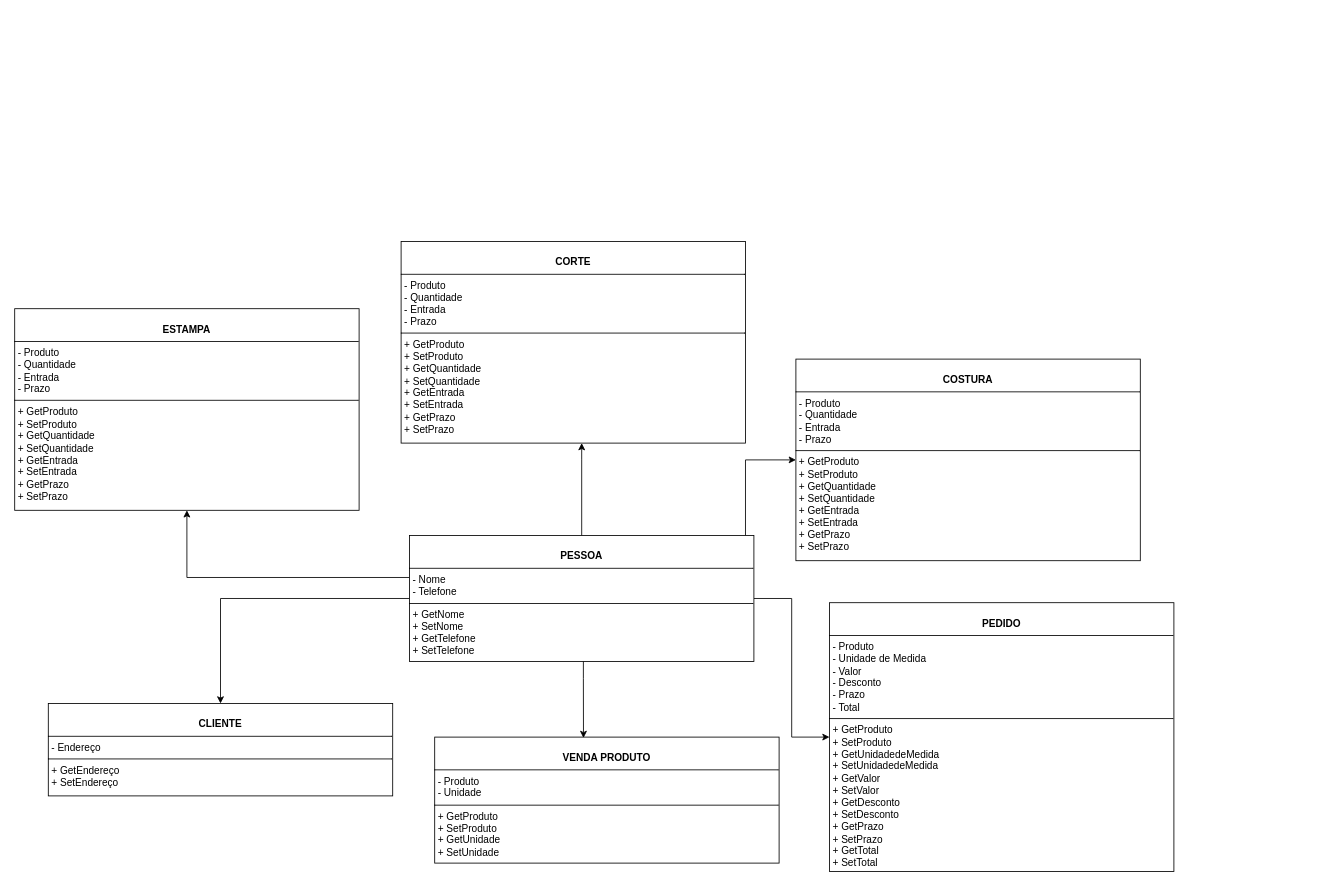
This is page "Página-1" (1 of 3) of DOC/classes.drawio from juliareis14/avatar.app, a draw.io file, before an edit. Source tidied: cells renumbered, new cells numbered last; positions are measured from the earlier drawing's top-left corner, leaving out a move shared by most shapes. Both pictures are drawn from the tidied source at 84%, with x=0, y=0 at pixel (14, 241).
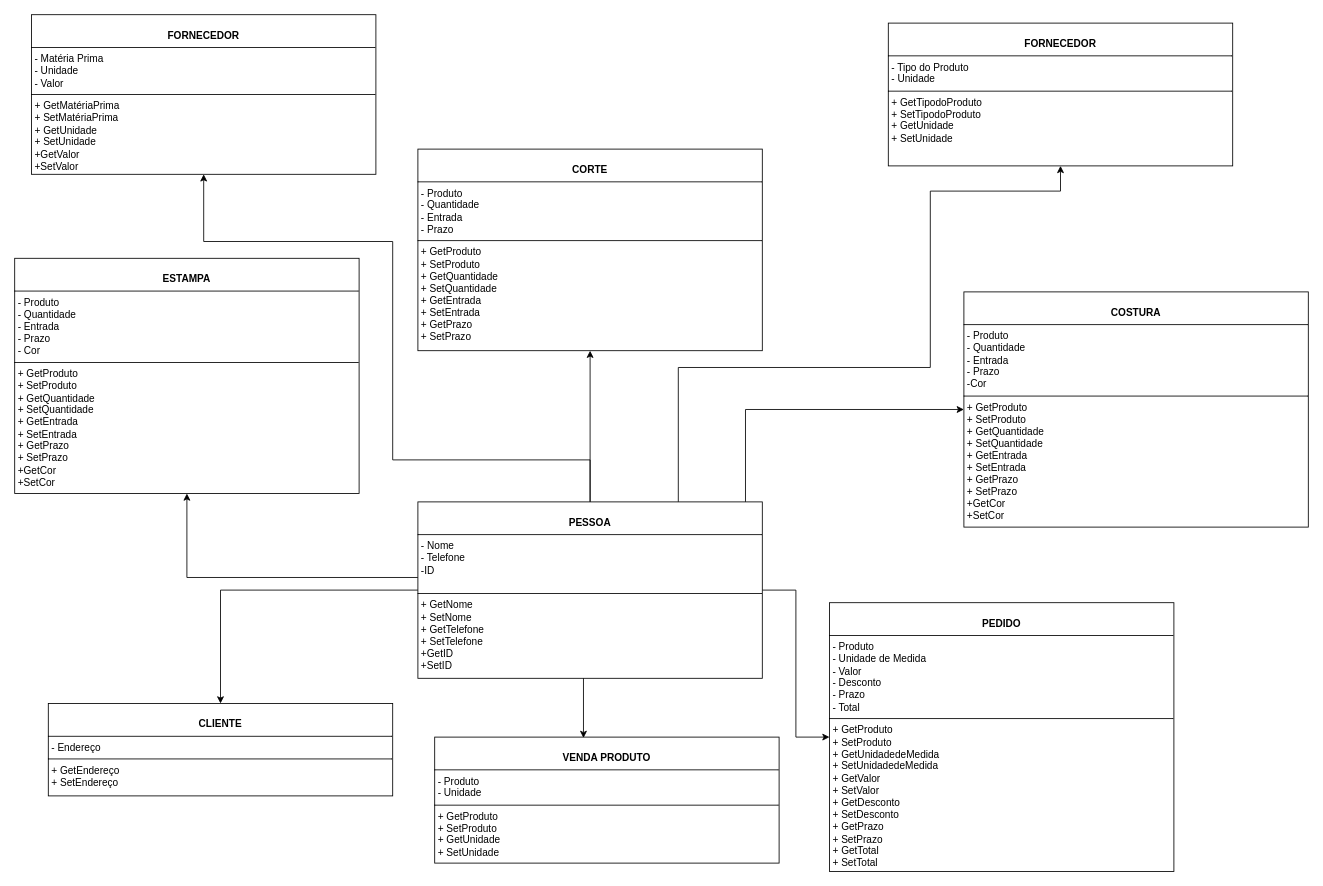
After the change.

Diff of the diagram source:
```diff
@@
     <mxCell id="5" style="edgeStyle=orthogonalEdgeStyle;rounded=0;jettySize=auto;html=1;entryX=0;entryY=0.5;entryDx=0;entryDy=0;" parent="1" edge="1" source="8" target="11">
       <mxGeometry relative="1" as="geometry">
         <Array as="points">
-          <mxPoint x="870" y="260" />
+          <mxPoint x="870" y="200" />
+          <mxPoint x="1130" y="200" />
         </Array>
       </mxGeometry>
     </mxCell>
     <mxCell id="6" style="edgeStyle=orthogonalEdgeStyle;rounded=0;jettySize=auto;html=1;" parent="1" edge="1" source="8" target="12">
       <mxGeometry relative="1" as="geometry">
         <Array as="points">
-          <mxPoint x="675" y="260" />
-          <mxPoint x="675" y="260" />
+          <mxPoint x="685" y="60" />
         </Array>
       </mxGeometry>
     </mxCell>
@@
+    <mxCell id="15" style="edgeStyle=orthogonalEdgeStyle;rounded=0;jettySize=auto;html=1;entryX=0.5;entryY=1;entryDx=0;entryDy=0;" parent="1" edge="1" source="8" target="17">
+      <mxGeometry relative="1" as="geometry">
+        <Array as="points">
+          <mxPoint x="790" y="150" />
+          <mxPoint x="1090" y="150" />
+          <mxPoint x="1090" y="-60" />
+        </Array>
+      </mxGeometry>
+    </mxCell>
+    <mxCell id="16" style="edgeStyle=orthogonalEdgeStyle;rounded=0;jettySize=auto;html=1;entryX=0.5;entryY=1;entryDx=0;entryDy=0;" parent="1" edge="1" source="8" target="18">
+      <mxGeometry relative="1" as="geometry">
+        <Array as="points">
+          <mxPoint x="685" y="260" />
+          <mxPoint x="450" y="260" />
+          <mxPoint x="450" />
+          <mxPoint x="225" />
+        </Array>
+      </mxGeometry>
+    </mxCell>
-    <mxCell id="8" value="&lt;p style=&quot;margin:0px;margin-top:4px;text-align:center;&quot;&gt;&lt;br&gt;&lt;b&gt;PESSOA&lt;/b&gt;&lt;/p&gt;&lt;hr size=&quot;1&quot; style=&quot;border-style:solid;&quot;&gt;&lt;p style=&quot;margin:0px;margin-left:4px;&quot;&gt;- Nome&lt;br&gt;- Telefone&lt;/p&gt;&lt;hr size=&quot;1&quot; style=&quot;border-style:solid;&quot;&gt;&lt;p style=&quot;margin:0px;margin-left:4px;&quot;&gt;+ GetNome&lt;br&gt;+ SetNome&lt;/p&gt;&lt;p style=&quot;margin:0px;margin-left:4px;&quot;&gt;+ GetTelefone&lt;/p&gt;&lt;p style=&quot;margin:0px;margin-left:4px;&quot;&gt;+ SetTelefone&lt;/p&gt;&lt;p style=&quot;margin:0px;margin-left:4px;&quot;&gt;&lt;br&gt;&lt;/p&gt;&lt;p style=&quot;margin:0px;margin-left:4px;&quot;&gt;&lt;br&gt;&lt;/p&gt;" style="verticalAlign=top;align=left;overflow=fill;html=1;whiteSpace=wrap;" parent="1" vertex="1">
-      <mxGeometry x="470" y="350" width="410" height="150" as="geometry" />
+    <mxCell id="8" value="&lt;p style=&quot;margin:0px;margin-top:4px;text-align:center;&quot;&gt;&lt;br&gt;&lt;b&gt;PESSOA&lt;/b&gt;&lt;/p&gt;&lt;hr size=&quot;1&quot; style=&quot;border-style:solid;&quot;&gt;&lt;p style=&quot;margin:0px;margin-left:4px;&quot;&gt;- Nome&lt;br&gt;- Telefone&lt;/p&gt;&lt;p style=&quot;margin:0px;margin-left:4px;&quot;&gt;-ID&lt;br&gt;&lt;/p&gt;&lt;div&gt;&lt;br&gt;&lt;/div&gt;&lt;hr size=&quot;1&quot; style=&quot;border-style:solid;&quot;&gt;&lt;p style=&quot;margin:0px;margin-left:4px;&quot;&gt;+ GetNome&lt;br&gt;+ SetNome&lt;/p&gt;&lt;p style=&quot;margin:0px;margin-left:4px;&quot;&gt;+ GetTelefone&lt;/p&gt;&lt;p style=&quot;margin:0px;margin-left:4px;&quot;&gt;+ SetTelefone&lt;/p&gt;&lt;p style=&quot;margin: 0px 0px 0px 4px;&quot;&gt;+GetID&lt;/p&gt;&lt;p style=&quot;margin: 0px 0px 0px 4px;&quot;&gt;+SetID&lt;/p&gt;&lt;p style=&quot;margin:0px;margin-left:4px;&quot;&gt;&lt;br&gt;&lt;/p&gt;" style="verticalAlign=top;align=left;overflow=fill;html=1;whiteSpace=wrap;" parent="1" vertex="1">
+      <mxGeometry x="480" y="310" width="410" height="210" as="geometry" />
     </mxCell>
@@
-    <mxCell id="11" value="&lt;p style=&quot;margin:0px;margin-top:4px;text-align:center;&quot;&gt;&lt;br&gt;&lt;b&gt;COSTURA&lt;/b&gt;&lt;/p&gt;&lt;hr size=&quot;1&quot; style=&quot;border-style:solid;&quot;&gt;&lt;p style=&quot;margin:0px;margin-left:4px;&quot;&gt;- Produto&lt;/p&gt;&lt;p style=&quot;margin:0px;margin-left:4px;&quot;&gt;- Quantidade&lt;/p&gt;&lt;p style=&quot;margin:0px;margin-left:4px;&quot;&gt;- Entrada&lt;/p&gt;&lt;p style=&quot;margin:0px;margin-left:4px;&quot;&gt;- Prazo&lt;/p&gt;&lt;hr size=&quot;1&quot; style=&quot;border-style:solid;&quot;&gt;&lt;p style=&quot;margin:0px;margin-left:4px;&quot;&gt;&lt;span style=&quot;background-color: initial;&quot;&gt;+ GetProduto&lt;/span&gt;&lt;br&gt;&lt;/p&gt;&lt;p style=&quot;margin:0px;margin-left:4px;&quot;&gt;+ SetProduto&lt;/p&gt;&lt;p style=&quot;margin:0px;margin-left:4px;&quot;&gt;+ Get&lt;span style=&quot;background-color: initial;&quot;&gt;Quantidade&lt;/span&gt;&lt;/p&gt;&lt;p style=&quot;margin:0px;margin-left:4px;&quot;&gt;+ Set&lt;span style=&quot;background-color: initial;&quot;&gt;Quantidade&lt;/span&gt;&lt;/p&gt;&lt;p style=&quot;margin:0px;margin-left:4px;&quot;&gt;&lt;span style=&quot;background-color: initial;&quot;&gt;+ Get&lt;/span&gt;&lt;span style=&quot;background-color: initial;&quot;&gt;Entrada&lt;/span&gt;&lt;/p&gt;&lt;p style=&quot;margin:0px;margin-left:4px;&quot;&gt;&lt;span style=&quot;background-color: initial;&quot;&gt;+ Set&lt;/span&gt;&lt;span style=&quot;background-color: initial;&quot;&gt;Entrada&lt;/span&gt;&lt;/p&gt;&lt;p style=&quot;margin:0px;margin-left:4px;&quot;&gt;&lt;span style=&quot;background-color: initial;&quot;&gt;+ Get&lt;/span&gt;&lt;span style=&quot;background-color: initial;&quot;&gt;Prazo&lt;/span&gt;&lt;/p&gt;&lt;p style=&quot;margin:0px;margin-left:4px;&quot;&gt;&lt;span style=&quot;background-color: initial;&quot;&gt;+ Set&lt;/span&gt;&lt;span style=&quot;background-color: initial;&quot;&gt;Prazo&lt;/span&gt;&lt;/p&gt;" style="verticalAlign=top;align=left;overflow=fill;html=1;whiteSpace=wrap;" parent="1" vertex="1">
-      <mxGeometry x="930" y="140" width="410" height="240" as="geometry" />
+    <mxCell id="11" value="&lt;p style=&quot;margin:0px;margin-top:4px;text-align:center;&quot;&gt;&lt;br&gt;&lt;b&gt;COSTURA&lt;/b&gt;&lt;/p&gt;&lt;hr size=&quot;1&quot; style=&quot;border-style:solid;&quot;&gt;&lt;p style=&quot;margin:0px;margin-left:4px;&quot;&gt;- Produto&lt;/p&gt;&lt;p style=&quot;margin:0px;margin-left:4px;&quot;&gt;- Quantidade&lt;/p&gt;&lt;p style=&quot;margin:0px;margin-left:4px;&quot;&gt;- Entrada&lt;/p&gt;&lt;p style=&quot;margin:0px;margin-left:4px;&quot;&gt;- Prazo&lt;/p&gt;&lt;p style=&quot;margin:0px;margin-left:4px;&quot;&gt;-Cor&lt;/p&gt;&lt;hr size=&quot;1&quot; style=&quot;border-style:solid;&quot;&gt;&lt;p style=&quot;margin:0px;margin-left:4px;&quot;&gt;&lt;span style=&quot;background-color: initial;&quot;&gt;+ GetProduto&lt;/span&gt;&lt;br&gt;&lt;/p&gt;&lt;p style=&quot;margin:0px;margin-left:4px;&quot;&gt;+ SetProduto&lt;/p&gt;&lt;p style=&quot;margin:0px;margin-left:4px;&quot;&gt;+ Get&lt;span style=&quot;background-color: initial;&quot;&gt;Quantidade&lt;/span&gt;&lt;/p&gt;&lt;p style=&quot;margin:0px;margin-left:4px;&quot;&gt;+ Set&lt;span style=&quot;background-color: initial;&quot;&gt;Quantidade&lt;/span&gt;&lt;/p&gt;&lt;p style=&quot;margin:0px;margin-left:4px;&quot;&gt;&lt;span style=&quot;background-color: initial;&quot;&gt;+ Get&lt;/span&gt;&lt;span style=&quot;background-color: initial;&quot;&gt;Entrada&lt;/span&gt;&lt;/p&gt;&lt;p style=&quot;margin:0px;margin-left:4px;&quot;&gt;&lt;span style=&quot;background-color: initial;&quot;&gt;+ Set&lt;/span&gt;&lt;span style=&quot;background-color: initial;&quot;&gt;Entrada&lt;/span&gt;&lt;/p&gt;&lt;p style=&quot;margin:0px;margin-left:4px;&quot;&gt;&lt;span style=&quot;background-color: initial;&quot;&gt;+ Get&lt;/span&gt;&lt;span style=&quot;background-color: initial;&quot;&gt;Prazo&lt;/span&gt;&lt;/p&gt;&lt;p style=&quot;margin:0px;margin-left:4px;&quot;&gt;&lt;span style=&quot;background-color: initial;&quot;&gt;+ Set&lt;/span&gt;&lt;span style=&quot;background-color: initial;&quot;&gt;Prazo&lt;/span&gt;&lt;/p&gt;&lt;p style=&quot;margin:0px;margin-left:4px;&quot;&gt;&lt;span style=&quot;background-color: initial;&quot;&gt;+GetCor&lt;/span&gt;&lt;/p&gt;&lt;p style=&quot;margin:0px;margin-left:4px;&quot;&gt;&lt;span style=&quot;background-color: initial;&quot;&gt;+SetCor&lt;/span&gt;&lt;/p&gt;" style="verticalAlign=top;align=left;overflow=fill;html=1;whiteSpace=wrap;" parent="1" vertex="1">
+      <mxGeometry x="1130" y="60" width="410" height="280" as="geometry" />
     </mxCell>
-    <mxCell id="12" value="&lt;p style=&quot;margin:0px;margin-top:4px;text-align:center;&quot;&gt;&lt;br&gt;&lt;b&gt;CORTE&lt;/b&gt;&lt;/p&gt;&lt;hr size=&quot;1&quot; style=&quot;border-style:solid;&quot;&gt;&lt;p style=&quot;margin:0px;margin-left:4px;&quot;&gt;- Produto&lt;/p&gt;&lt;p style=&quot;margin:0px;margin-left:4px;&quot;&gt;- Quantidade&lt;/p&gt;&lt;p style=&quot;margin:0px;margin-left:4px;&quot;&gt;- Entrada&lt;/p&gt;&lt;p style=&quot;margin:0px;margin-left:4px;&quot;&gt;- Prazo&lt;/p&gt;&lt;hr size=&quot;1&quot; style=&quot;border-style:solid;&quot;&gt;&lt;p style=&quot;margin:0px;margin-left:4px;&quot;&gt;&lt;span style=&quot;background-color: initial;&quot;&gt;+ GetProduto&lt;/span&gt;&lt;br&gt;&lt;/p&gt;&lt;p style=&quot;margin:0px;margin-left:4px;&quot;&gt;+ SetProduto&lt;/p&gt;&lt;p style=&quot;margin:0px;margin-left:4px;&quot;&gt;+ Get&lt;span style=&quot;background-color: initial;&quot;&gt;Quantidade&lt;/span&gt;&lt;/p&gt;&lt;p style=&quot;margin:0px;margin-left:4px;&quot;&gt;+ Set&lt;span style=&quot;background-color: initial;&quot;&gt;Quantidade&lt;/span&gt;&lt;/p&gt;&lt;p style=&quot;margin:0px;margin-left:4px;&quot;&gt;&lt;span style=&quot;background-color: initial;&quot;&gt;+ Get&lt;/span&gt;&lt;span style=&quot;background-color: initial;&quot;&gt;Entrada&lt;/span&gt;&lt;/p&gt;&lt;p style=&quot;margin:0px;margin-left:4px;&quot;&gt;&lt;span style=&quot;background-color: initial;&quot;&gt;+ Set&lt;/span&gt;&lt;span style=&quot;background-color: initial;&quot;&gt;Entrada&lt;/span&gt;&lt;/p&gt;&lt;p style=&quot;margin:0px;margin-left:4px;&quot;&gt;&lt;span style=&quot;background-color: initial;&quot;&gt;+ Get&lt;/span&gt;&lt;span style=&quot;background-color: initial;&quot;&gt;Prazo&lt;/span&gt;&lt;/p&gt;&lt;p style=&quot;margin:0px;margin-left:4px;&quot;&gt;&lt;span style=&quot;background-color: initial;&quot;&gt;+ Set&lt;/span&gt;&lt;span style=&quot;background-color: initial;&quot;&gt;Prazo&lt;/span&gt;&lt;/p&gt;" style="verticalAlign=top;align=left;overflow=fill;html=1;whiteSpace=wrap;" parent="1" vertex="1">
-      <mxGeometry x="460" width="410" height="240" as="geometry" />
+    <mxCell id="12" value="&lt;p style=&quot;margin:0px;margin-top:4px;text-align:center;&quot;&gt;&lt;br&gt;&lt;b&gt;CORTE&lt;/b&gt;&lt;/p&gt;&lt;hr size=&quot;1&quot; style=&quot;border-style:solid;&quot;&gt;&lt;p style=&quot;margin:0px;margin-left:4px;&quot;&gt;- Produto&lt;/p&gt;&lt;p style=&quot;margin:0px;margin-left:4px;&quot;&gt;- Quantidade&lt;/p&gt;&lt;p style=&quot;margin:0px;margin-left:4px;&quot;&gt;- Entrada&lt;/p&gt;&lt;p style=&quot;margin:0px;margin-left:4px;&quot;&gt;- Prazo&lt;/p&gt;&lt;hr size=&quot;1&quot; style=&quot;border-style:solid;&quot;&gt;&lt;p style=&quot;margin:0px;margin-left:4px;&quot;&gt;&lt;span style=&quot;background-color: initial;&quot;&gt;+ GetProduto&lt;/span&gt;&lt;br&gt;&lt;/p&gt;&lt;p style=&quot;margin:0px;margin-left:4px;&quot;&gt;+ SetProduto&lt;/p&gt;&lt;p style=&quot;margin:0px;margin-left:4px;&quot;&gt;+ Get&lt;span style=&quot;background-color: initial;&quot;&gt;Quantidade&lt;/span&gt;&lt;/p&gt;&lt;p style=&quot;margin:0px;margin-left:4px;&quot;&gt;+ Set&lt;span style=&quot;background-color: initial;&quot;&gt;Quantidade&lt;/span&gt;&lt;/p&gt;&lt;p style=&quot;margin:0px;margin-left:4px;&quot;&gt;&lt;span style=&quot;background-color: initial;&quot;&gt;+ Get&lt;/span&gt;&lt;span style=&quot;background-color: initial;&quot;&gt;Entrada&lt;/span&gt;&lt;/p&gt;&lt;p style=&quot;margin:0px;margin-left:4px;&quot;&gt;&lt;span style=&quot;background-color: initial;&quot;&gt;+ Set&lt;/span&gt;&lt;span style=&quot;background-color: initial;&quot;&gt;Entrada&lt;/span&gt;&lt;/p&gt;&lt;p style=&quot;margin:0px;margin-left:4px;&quot;&gt;&lt;span style=&quot;background-color: initial;&quot;&gt;+ Get&lt;/span&gt;&lt;span style=&quot;background-color: initial;&quot;&gt;Prazo&lt;/span&gt;&lt;/p&gt;&lt;p style=&quot;margin:0px;margin-left:4px;&quot;&gt;&lt;span style=&quot;background-color: initial;&quot;&gt;+ Set&lt;/span&gt;&lt;span style=&quot;background-color: initial;&quot;&gt;Prazo&lt;/span&gt;&lt;/p&gt;&lt;p style=&quot;margin:0px;margin-left:4px;&quot;&gt;&lt;br&gt;&lt;/p&gt;" style="verticalAlign=top;align=left;overflow=fill;html=1;whiteSpace=wrap;" parent="1" vertex="1">
+      <mxGeometry x="480" y="-110" width="410" height="240" as="geometry" />
     </mxCell>
-    <mxCell id="13" value="&lt;p style=&quot;margin:0px;margin-top:4px;text-align:center;&quot;&gt;&lt;br&gt;&lt;b&gt;ESTAMPA&lt;/b&gt;&lt;/p&gt;&lt;hr size=&quot;1&quot; style=&quot;border-style:solid;&quot;&gt;&lt;p style=&quot;margin:0px;margin-left:4px;&quot;&gt;- Produto&lt;/p&gt;&lt;p style=&quot;margin:0px;margin-left:4px;&quot;&gt;- Quantidade&lt;/p&gt;&lt;p style=&quot;margin:0px;margin-left:4px;&quot;&gt;- Entrada&lt;/p&gt;&lt;p style=&quot;margin:0px;margin-left:4px;&quot;&gt;- Prazo&lt;/p&gt;&lt;hr size=&quot;1&quot; style=&quot;border-style:solid;&quot;&gt;&lt;p style=&quot;margin:0px;margin-left:4px;&quot;&gt;&lt;span style=&quot;background-color: initial;&quot;&gt;+ GetProduto&lt;/span&gt;&lt;br&gt;&lt;/p&gt;&lt;p style=&quot;margin:0px;margin-left:4px;&quot;&gt;+ SetProduto&lt;/p&gt;&lt;p style=&quot;margin:0px;margin-left:4px;&quot;&gt;+ Get&lt;span style=&quot;background-color: initial;&quot;&gt;Quantidade&lt;/span&gt;&lt;/p&gt;&lt;p style=&quot;margin:0px;margin-left:4px;&quot;&gt;+ Set&lt;span style=&quot;background-color: initial;&quot;&gt;Quantidade&lt;/span&gt;&lt;/p&gt;&lt;p style=&quot;margin:0px;margin-left:4px;&quot;&gt;&lt;span style=&quot;background-color: initial;&quot;&gt;+ Get&lt;/span&gt;&lt;span style=&quot;background-color: initial;&quot;&gt;Entrada&lt;/span&gt;&lt;/p&gt;&lt;p style=&quot;margin:0px;margin-left:4px;&quot;&gt;&lt;span style=&quot;background-color: initial;&quot;&gt;+ Set&lt;/span&gt;&lt;span style=&quot;background-color: initial;&quot;&gt;Entrada&lt;/span&gt;&lt;/p&gt;&lt;p style=&quot;margin:0px;margin-left:4px;&quot;&gt;&lt;span style=&quot;background-color: initial;&quot;&gt;+ Get&lt;/span&gt;&lt;span style=&quot;background-color: initial;&quot;&gt;Prazo&lt;/span&gt;&lt;/p&gt;&lt;p style=&quot;margin:0px;margin-left:4px;&quot;&gt;&lt;span style=&quot;background-color: initial;&quot;&gt;+ Set&lt;/span&gt;&lt;span style=&quot;background-color: initial;&quot;&gt;Prazo&lt;/span&gt;&lt;/p&gt;" style="verticalAlign=top;align=left;overflow=fill;html=1;whiteSpace=wrap;" parent="1" vertex="1">
-      <mxGeometry y="80" width="410" height="240" as="geometry" />
+    <mxCell id="13" value="&lt;p style=&quot;margin:0px;margin-top:4px;text-align:center;&quot;&gt;&lt;br&gt;&lt;b&gt;ESTAMPA&lt;/b&gt;&lt;/p&gt;&lt;hr size=&quot;1&quot; style=&quot;border-style:solid;&quot;&gt;&lt;p style=&quot;margin:0px;margin-left:4px;&quot;&gt;- Produto&lt;/p&gt;&lt;p style=&quot;margin:0px;margin-left:4px;&quot;&gt;- Quantidade&lt;/p&gt;&lt;p style=&quot;margin:0px;margin-left:4px;&quot;&gt;- Entrada&lt;/p&gt;&lt;p style=&quot;margin:0px;margin-left:4px;&quot;&gt;- Prazo&lt;/p&gt;&lt;p style=&quot;margin:0px;margin-left:4px;&quot;&gt;- Cor&lt;/p&gt;&lt;hr size=&quot;1&quot; style=&quot;border-style:solid;&quot;&gt;&lt;p style=&quot;margin:0px;margin-left:4px;&quot;&gt;&lt;span style=&quot;background-color: initial;&quot;&gt;+ GetProduto&lt;/span&gt;&lt;br&gt;&lt;/p&gt;&lt;p style=&quot;margin:0px;margin-left:4px;&quot;&gt;+ SetProduto&lt;/p&gt;&lt;p style=&quot;margin:0px;margin-left:4px;&quot;&gt;+ Get&lt;span style=&quot;background-color: initial;&quot;&gt;Quantidade&lt;/span&gt;&lt;/p&gt;&lt;p style=&quot;margin:0px;margin-left:4px;&quot;&gt;+ Set&lt;span style=&quot;background-color: initial;&quot;&gt;Quantidade&lt;/span&gt;&lt;/p&gt;&lt;p style=&quot;margin:0px;margin-left:4px;&quot;&gt;&lt;span style=&quot;background-color: initial;&quot;&gt;+ Get&lt;/span&gt;&lt;span style=&quot;background-color: initial;&quot;&gt;Entrada&lt;/span&gt;&lt;/p&gt;&lt;p style=&quot;margin:0px;margin-left:4px;&quot;&gt;&lt;span style=&quot;background-color: initial;&quot;&gt;+ Set&lt;/span&gt;&lt;span style=&quot;background-color: initial;&quot;&gt;Entrada&lt;/span&gt;&lt;/p&gt;&lt;p style=&quot;margin:0px;margin-left:4px;&quot;&gt;&lt;span style=&quot;background-color: initial;&quot;&gt;+ Get&lt;/span&gt;&lt;span style=&quot;background-color: initial;&quot;&gt;Prazo&lt;/span&gt;&lt;/p&gt;&lt;p style=&quot;margin:0px;margin-left:4px;&quot;&gt;&lt;span style=&quot;background-color: initial;&quot;&gt;+ Set&lt;/span&gt;&lt;span style=&quot;background-color: initial;&quot;&gt;Prazo&lt;/span&gt;&lt;/p&gt;&lt;p style=&quot;margin:0px;margin-left:4px;&quot;&gt;&lt;span style=&quot;background-color: initial;&quot;&gt;+GetCor&lt;/span&gt;&lt;/p&gt;&lt;p style=&quot;margin:0px;margin-left:4px;&quot;&gt;&lt;span style=&quot;background-color: initial;&quot;&gt;+SetCor&lt;/span&gt;&lt;/p&gt;" style="verticalAlign=top;align=left;overflow=fill;html=1;whiteSpace=wrap;" parent="1" vertex="1">
+      <mxGeometry y="20" width="410" height="280" as="geometry" />
     </mxCell>
@@
+    <mxCell id="17" value="&lt;p style=&quot;margin:0px;margin-top:4px;text-align:center;&quot;&gt;&lt;br&gt;&lt;b&gt;FORNECEDOR&lt;/b&gt;&lt;/p&gt;&lt;hr size=&quot;1&quot; style=&quot;border-style:solid;&quot;&gt;&lt;p style=&quot;margin:0px;margin-left:4px;&quot;&gt;- Tipo do Produto&lt;/p&gt;&lt;p style=&quot;margin:0px;margin-left:4px;&quot;&gt;- Unidade&lt;/p&gt;&lt;hr size=&quot;1&quot; style=&quot;border-style:solid;&quot;&gt;&lt;p style=&quot;margin:0px;margin-left:4px;&quot;&gt;&lt;span style=&quot;background-color: initial;&quot;&gt;+ Get&lt;/span&gt;&lt;span style=&quot;background-color: initial;&quot;&gt;TipodoProduto&lt;/span&gt;&lt;br&gt;&lt;/p&gt;&lt;p style=&quot;margin:0px;margin-left:4px;&quot;&gt;+ Set&lt;span style=&quot;background-color: initial;&quot;&gt;TipodoProduto&lt;/span&gt;&lt;/p&gt;&lt;p style=&quot;margin:0px;margin-left:4px;&quot;&gt;+ Get&lt;span style=&quot;background-color: initial;&quot;&gt;Unidade&lt;/span&gt;&lt;/p&gt;&lt;p style=&quot;margin:0px;margin-left:4px;&quot;&gt;+ Set&lt;span style=&quot;background-color: initial;&quot;&gt;Unidade&lt;/span&gt;&lt;/p&gt;&lt;p style=&quot;margin:0px;margin-left:4px;&quot;&gt;&lt;br&gt;&lt;/p&gt;&lt;p style=&quot;margin:0px;margin-left:4px;&quot;&gt;&lt;br&gt;&lt;/p&gt;" style="verticalAlign=top;align=left;overflow=fill;html=1;whiteSpace=wrap;" parent="1" vertex="1">
+      <mxGeometry x="1040" y="-260" width="410" height="170" as="geometry" />
+    </mxCell>
+    <mxCell id="18" value="&lt;p style=&quot;margin:0px;margin-top:4px;text-align:center;&quot;&gt;&lt;br&gt;&lt;b&gt;FORNECEDOR&lt;/b&gt;&lt;/p&gt;&lt;hr size=&quot;1&quot; style=&quot;border-style:solid;&quot;&gt;&lt;p style=&quot;margin:0px;margin-left:4px;&quot;&gt;- Matéria Prima&lt;/p&gt;&lt;p style=&quot;margin:0px;margin-left:4px;&quot;&gt;- Unidade&lt;/p&gt;&lt;p style=&quot;margin:0px;margin-left:4px;&quot;&gt;- Valor&lt;/p&gt;&lt;hr size=&quot;1&quot; style=&quot;border-style:solid;&quot;&gt;&lt;p style=&quot;margin:0px;margin-left:4px;&quot;&gt;&lt;span style=&quot;background-color: initial;&quot;&gt;+ Get&lt;/span&gt;&lt;span style=&quot;background-color: initial;&quot;&gt;MatériaPrima&lt;/span&gt;&lt;/p&gt;&lt;p style=&quot;margin:0px;margin-left:4px;&quot;&gt;+ Set&lt;span style=&quot;background-color: initial;&quot;&gt;MatériaPrima&lt;/span&gt;&lt;/p&gt;&lt;p style=&quot;margin:0px;margin-left:4px;&quot;&gt;+ Get&lt;span style=&quot;background-color: initial;&quot;&gt;Unidade&lt;/span&gt;&lt;/p&gt;&lt;p style=&quot;margin:0px;margin-left:4px;&quot;&gt;+ Set&lt;span style=&quot;background-color: initial;&quot;&gt;Unidade&lt;/span&gt;&lt;/p&gt;&lt;p style=&quot;margin:0px;margin-left:4px;&quot;&gt;&lt;span style=&quot;background-color: initial;&quot;&gt;+GetValor&lt;/span&gt;&lt;/p&gt;&lt;p style=&quot;margin:0px;margin-left:4px;&quot;&gt;&lt;span style=&quot;background-color: initial;&quot;&gt;+SetValor&lt;/span&gt;&lt;/p&gt;&lt;p style=&quot;margin:0px;margin-left:4px;&quot;&gt;&lt;br&gt;&lt;/p&gt;&lt;p style=&quot;margin:0px;margin-left:4px;&quot;&gt;&lt;br&gt;&lt;/p&gt;" style="verticalAlign=top;align=left;overflow=fill;html=1;whiteSpace=wrap;" parent="1" vertex="1">
+      <mxGeometry x="20" y="-270" width="410" height="190" as="geometry" />
+    </mxCell>
```
